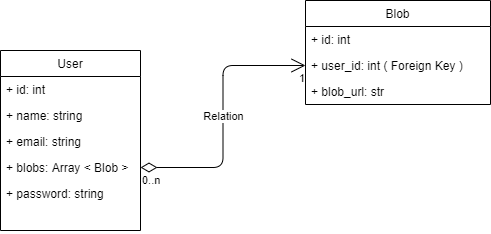
Before: docs/model.drawio.png, a diagram exported from draw.io (sachinsom93/Blob-Storage). Source tidied: cells renumbered, new cells last; positions are measured from the earlier drawing's top-left corner, leaving out a move shared by most shapes.
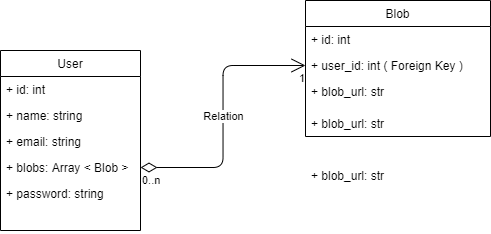
The same file after the commit.

Diff of the diagram source:
```diff
@@ -21,7 +21,7 @@
       <mxGeometry y="130" width="140" height="50" as="geometry" />
     </mxCell>
     <mxCell id="8" value="Blob" style="swimlane;fontStyle=0;horizontal=1;startSize=26;fillColor=none;" parent="1" vertex="1">
-      <mxGeometry x="305" width="185" height="104" as="geometry" />
+      <mxGeometry x="305" width="185" height="136" as="geometry" />
     </mxCell>
     <mxCell id="9" value="+ id: int" style="text;strokeColor=none;fillColor=none;align=left;verticalAlign=top;spacingLeft=4;spacingRight=4;overflow=hidden;" parent="8" vertex="1">
       <mxGeometry y="26" width="185" height="26" as="geometry" />
@@ -30,8 +30,11 @@
       <mxGeometry y="52" width="185" height="26" as="geometry" />
     </mxCell>
     <mxCell id="11" value="+ blob_url: str" style="text;strokeColor=none;fillColor=none;align=left;verticalAlign=top;spacingLeft=4;spacingRight=4;overflow=hidden;" parent="8" vertex="1">
-      <mxGeometry y="78" width="185" height="26" as="geometry" />
+      <mxGeometry y="78" width="185" height="32" as="geometry" />
     </mxCell>
+    <mxCell id="15" value="+ blob_url: str" style="text;strokeColor=none;fillColor=none;align=left;verticalAlign=top;spacingLeft=4;spacingRight=4;overflow=hidden;" parent="8" vertex="1">
+      <mxGeometry y="110" width="185" height="26" as="geometry" />
+    </mxCell>
     <mxCell id="12" value="Relation" style="endArrow=open;html=1;endSize=12;startArrow=diamondThin;startSize=14;startFill=0;edgeStyle=orthogonalEdgeStyle;exitX=1;exitY=0.5;exitDx=0;exitDy=0;entryX=0;entryY=0.5;entryDx=0;entryDy=0;" parent="1" edge="1" source="6" target="10">
       <mxGeometry relative="1" as="geometry" />
     </mxCell>
@@ -41,5 +44,8 @@
     <mxCell id="14" value="1" style="edgeLabel;html=1;align=right;verticalAlign=top;" parent="12" vertex="1">
       <mxGeometry x="1" relative="1" as="geometry" />
     </mxCell>
+    <mxCell id="16" value="+ blob_url: str" style="text;strokeColor=none;fillColor=none;align=left;verticalAlign=top;spacingLeft=4;spacingRight=4;overflow=hidden;" parent="1" vertex="1">
+      <mxGeometry x="305" y="162" width="185" height="28" as="geometry" />
+    </mxCell>
   </root>
 </mxGraphModel>
```
